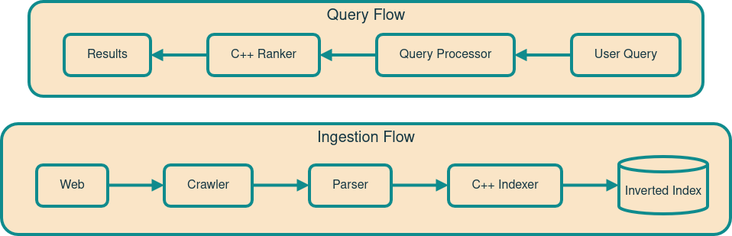
Earlier version of the draw.io export docs/diagrams/dfd.png (schak04/septcrawler). Source tidied: cells renumbered, new cells last; positions are measured from the earlier drawing's top-left corner, leaving out a move shared by most shapes.
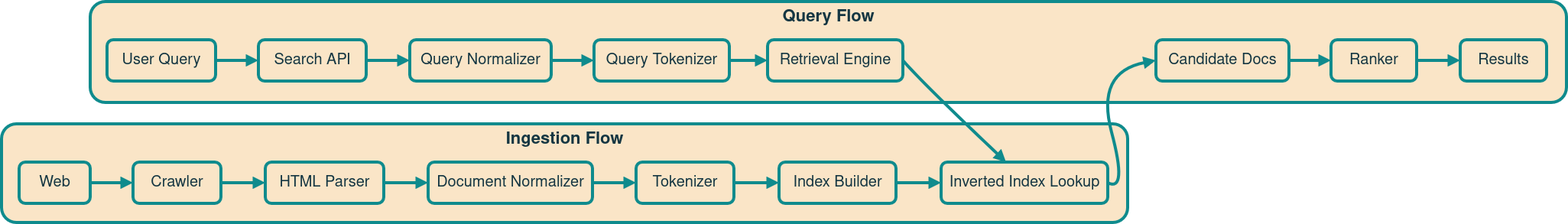
The same diagram one commit later.

Commit message:
docs: improve data flow diagram

What changed in the source:
```diff
@@ -2,59 +2,107 @@
   <root>
     <mxCell id="0" />
     <mxCell id="1" parent="0" />
-    <mxCell id="2" value="Query Flow" style="whiteSpace=wrap;strokeWidth=4;verticalAlign=top;fillColor=#FAE5C7;strokeColor=light-dark(#0F8B8D,#33FFFF);fontSize=20;rounded=1;labelBackgroundColor=none;fontColor=#143642;fontFamily=Helvetica;" parent="1" vertex="1">
-      <mxGeometry x="36" width="882" height="124" as="geometry" />
+    <mxCell id="2" value="Query Flow" style="whiteSpace=wrap;strokeWidth=4;fillColor=#FAE5C7;strokeColor=light-dark(#0F8B8D,#33FFFF);fontColor=#143642;labelBackgroundColor=none;rounded=1;fontSize=22;verticalAlign=top;fontStyle=1;" parent="1" vertex="1">
+      <mxGeometry x="-2112" y="1173" width="1931" height="132" as="geometry" />
     </mxCell>
-    <mxCell id="3" value="User Query" style="whiteSpace=wrap;strokeWidth=4;fillColor=#FAE5C7;strokeColor=light-dark(#0F8B8D,#33FFFF);fontSize=16;rounded=1;labelBackgroundColor=none;fontColor=#143642;fontFamily=Helvetica;" parent="2" vertex="1">
-      <mxGeometry x="710" y="43" width="142" height="54" as="geometry" />
-    </mxCell>
-    <mxCell id="4" value="Query Processor" style="whiteSpace=wrap;strokeWidth=4;fillColor=#FAE5C7;strokeColor=light-dark(#0F8B8D,#33FFFF);fontSize=16;rounded=1;labelBackgroundColor=none;fontColor=#143642;fontFamily=Helvetica;" parent="2" vertex="1">
-      <mxGeometry x="455" y="43" width="180" height="54" as="geometry" />
-    </mxCell>
-    <mxCell id="5" value="C++ Ranker" style="whiteSpace=wrap;strokeWidth=4;fillColor=#FAE5C7;strokeColor=light-dark(#0F8B8D,#33FFFF);fontSize=16;rounded=1;labelBackgroundColor=none;fontColor=#143642;fontFamily=Helvetica;" parent="2" vertex="1">
-      <mxGeometry x="234" y="43" width="146" height="54" as="geometry" />
-    </mxCell>
-    <mxCell id="6" value="Results" style="whiteSpace=wrap;strokeWidth=4;fillColor=#FAE5C7;strokeColor=light-dark(#0F8B8D,#33FFFF);fontSize=16;rounded=1;labelBackgroundColor=none;fontColor=#143642;fontFamily=Helvetica;" parent="2" vertex="1">
-      <mxGeometry x="46" y="43" width="113" height="54" as="geometry" />
-    </mxCell>
-    <mxCell id="7" style="curved=1;startArrow=none;endArrow=block;exitX=0;exitY=0.5;entryX=1;entryY=0.5;rounded=1;fontSize=16;fillColor=#FAE5C7;strokeColor=light-dark(#0F8B8D,#33FFFF);strokeWidth=4;labelBackgroundColor=none;fontColor=default;fontFamily=Helvetica;" parent="2" edge="1" source="3" target="4">
-      <mxGeometry relative="1" as="geometry" />
-    </mxCell>
-    <mxCell id="8" style="curved=1;startArrow=none;endArrow=block;exitX=0;exitY=0.5;entryX=1;entryY=0.5;rounded=1;fontSize=16;fillColor=#FAE5C7;strokeColor=light-dark(#0F8B8D,#33FFFF);strokeWidth=4;labelBackgroundColor=none;fontColor=default;fontFamily=Helvetica;" parent="2" edge="1" source="4" target="5">
-      <mxGeometry relative="1" as="geometry" />
-    </mxCell>
-    <mxCell id="9" style="curved=1;startArrow=none;endArrow=block;exitX=0;exitY=0.5;entryX=1;entryY=0.5;rounded=1;fontSize=16;fillColor=#FAE5C7;strokeColor=light-dark(#0F8B8D,#33FFFF);strokeWidth=4;labelBackgroundColor=none;fontColor=default;fontFamily=Helvetica;" parent="2" edge="1" source="5" target="6">
-      <mxGeometry relative="1" as="geometry" />
-    </mxCell>
-    <mxCell id="10" value="Ingestion Flow" style="whiteSpace=wrap;strokeWidth=4;verticalAlign=top;fillColor=#FAE5C7;strokeColor=light-dark(#0F8B8D,#33FFFF);fontSize=20;rounded=1;labelBackgroundColor=none;fontColor=#143642;fontFamily=Helvetica;" parent="1" vertex="1">
-      <mxGeometry y="160" width="954" height="145" as="geometry" />
+    <mxCell id="10" value="Ingestion Flow" style="whiteSpace=wrap;strokeWidth=4;fillColor=#FAE5C7;strokeColor=light-dark(#0F8B8D,#33FFFF);fontColor=#143642;labelBackgroundColor=none;rounded=1;fontSize=22;verticalAlign=top;fontStyle=1;" parent="1" vertex="1">
+      <mxGeometry x="-2228" y="1333" width="1473" height="129" as="geometry" />
     </mxCell>
-    <mxCell id="11" value="Web" style="whiteSpace=wrap;strokeWidth=4;fillColor=#FAE5C7;strokeColor=light-dark(#0F8B8D,#33FFFF);fontSize=16;rounded=1;labelBackgroundColor=none;fontColor=#143642;fontFamily=Helvetica;" parent="10" vertex="1">
-      <mxGeometry x="46" y="54" width="93" height="54" as="geometry" />
+    <mxCell id="11" value="Web" style="whiteSpace=wrap;strokeWidth=4;fillColor=#FAE5C7;strokeColor=light-dark(#0F8B8D,#33FFFF);fontColor=#143642;labelBackgroundColor=none;rounded=1;fontSize=20;" parent="1" vertex="1">
+      <mxGeometry x="-2205" y="1383" width="93" height="54" as="geometry" />
     </mxCell>
-    <mxCell id="12" value="Crawler" style="whiteSpace=wrap;strokeWidth=4;fillColor=#FAE5C7;strokeColor=light-dark(#0F8B8D,#33FFFF);fontSize=16;rounded=1;labelBackgroundColor=none;fontColor=#143642;fontFamily=Helvetica;" parent="10" vertex="1">
-      <mxGeometry x="213" y="54" width="115" height="54" as="geometry" />
+    <mxCell id="12" value="Crawler" style="whiteSpace=wrap;strokeWidth=4;fillColor=#FAE5C7;strokeColor=light-dark(#0F8B8D,#33FFFF);fontColor=#143642;labelBackgroundColor=none;rounded=1;fontSize=20;" parent="1" vertex="1">
+      <mxGeometry x="-2056" y="1383" width="115" height="54" as="geometry" />
     </mxCell>
-    <mxCell id="13" value="Parser" style="whiteSpace=wrap;strokeWidth=4;fillColor=#FAE5C7;strokeColor=light-dark(#0F8B8D,#33FFFF);fontSize=16;rounded=1;labelBackgroundColor=none;fontColor=#143642;fontFamily=Helvetica;" parent="10" vertex="1">
-      <mxGeometry x="403" y="54" width="107" height="54" as="geometry" />
-    </mxCell>
-    <mxCell id="14" value="C++ Indexer" style="whiteSpace=wrap;strokeWidth=4;fillColor=#FAE5C7;strokeColor=light-dark(#0F8B8D,#33FFFF);fontSize=16;rounded=1;labelBackgroundColor=none;fontColor=#143642;fontFamily=Helvetica;" parent="10" vertex="1">
-      <mxGeometry x="585" y="54" width="148" height="54" as="geometry" />
-    </mxCell>
-    <mxCell id="15" value="Inverted Index" style="shape=cylinder3;boundedLbl=1;backgroundOutline=1;size=10;strokeWidth=4;whiteSpace=wrap;fillColor=#FAE5C7;strokeColor=light-dark(#0F8B8D,#33FFFF);fontSize=16;rounded=1;labelBackgroundColor=none;fontColor=#143642;fontFamily=Helvetica;" parent="10" vertex="1">
-      <mxGeometry x="808" y="43" width="116" height="75" as="geometry" />
-    </mxCell>
+    <mxCell id="20" value="HTML Parser" style="whiteSpace=wrap;strokeWidth=4;fillColor=#FAE5C7;strokeColor=light-dark(#0F8B8D,#33FFFF);fontColor=#143642;labelBackgroundColor=none;rounded=1;fontSize=20;" parent="1" vertex="1">
+      <mxGeometry x="-1883" y="1383" width="155" height="54" as="geometry" />
+    </mxCell>
+    <mxCell id="21" value="Document Normalizer" style="whiteSpace=wrap;strokeWidth=4;fillColor=#FAE5C7;strokeColor=light-dark(#0F8B8D,#33FFFF);fontColor=#143642;labelBackgroundColor=none;rounded=1;fontSize=20;" parent="1" vertex="1">
+      <mxGeometry x="-1670" y="1383" width="215" height="54" as="geometry" />
+    </mxCell>
+    <mxCell id="22" value="Tokenizer" style="whiteSpace=wrap;strokeWidth=4;fillColor=#FAE5C7;strokeColor=light-dark(#0F8B8D,#33FFFF);fontColor=#143642;labelBackgroundColor=none;rounded=1;fontSize=20;" parent="1" vertex="1">
+      <mxGeometry x="-1398" y="1383" width="128" height="54" as="geometry" />
+    </mxCell>
+    <mxCell id="23" value="Index Builder" style="whiteSpace=wrap;strokeWidth=4;fillColor=#FAE5C7;strokeColor=light-dark(#0F8B8D,#33FFFF);fontColor=#143642;labelBackgroundColor=none;rounded=1;fontSize=20;" parent="1" vertex="1">
+      <mxGeometry x="-1211" y="1383" width="153" height="54" as="geometry" />
+    </mxCell>
+    <mxCell id="24" value="Inverted Index Lookup" style="whiteSpace=wrap;strokeWidth=4;fillColor=#FAE5C7;strokeColor=light-dark(#0F8B8D,#33FFFF);fontColor=#143642;labelBackgroundColor=none;rounded=1;fontSize=20;" parent="1" vertex="1">
+      <mxGeometry x="-999" y="1383" width="218" height="54" as="geometry" />
+    </mxCell>
+    <mxCell id="3" value="User Query" style="whiteSpace=wrap;strokeWidth=4;fillColor=#FAE5C7;strokeColor=light-dark(#0F8B8D,#33FFFF);fontColor=#143642;labelBackgroundColor=none;rounded=1;fontSize=20;" parent="1" vertex="1">
+      <mxGeometry x="-2090" y="1223" width="142" height="54" as="geometry" />
+    </mxCell>
+    <mxCell id="25" value="Search API" style="whiteSpace=wrap;strokeWidth=4;fillColor=#FAE5C7;strokeColor=light-dark(#0F8B8D,#33FFFF);fontColor=#143642;labelBackgroundColor=none;rounded=1;fontSize=20;" parent="1" vertex="1">
+      <mxGeometry x="-1892" y="1223" width="141" height="54" as="geometry" />
+    </mxCell>
+    <mxCell id="26" value="Query Normalizer" style="whiteSpace=wrap;strokeWidth=4;fillColor=#FAE5C7;strokeColor=light-dark(#0F8B8D,#33FFFF);fontColor=#143642;labelBackgroundColor=none;rounded=1;fontSize=20;" parent="1" vertex="1">
+      <mxGeometry x="-1694" y="1223" width="185" height="54" as="geometry" />
+    </mxCell>
+    <mxCell id="27" value="Query Tokenizer" style="whiteSpace=wrap;strokeWidth=4;fillColor=#FAE5C7;strokeColor=light-dark(#0F8B8D,#33FFFF);fontColor=#143642;labelBackgroundColor=none;rounded=1;fontSize=20;" parent="1" vertex="1">
+      <mxGeometry x="-1453" y="1223" width="177" height="54" as="geometry" />
+    </mxCell>
+    <mxCell id="28" value="Retrieval Engine" style="whiteSpace=wrap;strokeWidth=4;fillColor=#FAE5C7;strokeColor=light-dark(#0F8B8D,#33FFFF);fontColor=#143642;labelBackgroundColor=none;rounded=1;fontSize=20;" parent="1" vertex="1">
+      <mxGeometry x="-1226" y="1223" width="177" height="54" as="geometry" />
+    </mxCell>
+    <mxCell id="29" value="Candidate Docs" style="whiteSpace=wrap;strokeWidth=4;fillColor=#FAE5C7;strokeColor=light-dark(#0F8B8D,#33FFFF);fontColor=#143642;labelBackgroundColor=none;rounded=1;fontSize=20;" parent="1" vertex="1">
+      <mxGeometry x="-718" y="1223" width="174" height="54" as="geometry" />
+    </mxCell>
+    <mxCell id="30" value="Ranker" style="whiteSpace=wrap;strokeWidth=4;fillColor=#FAE5C7;strokeColor=light-dark(#0F8B8D,#33FFFF);fontColor=#143642;labelBackgroundColor=none;rounded=1;fontSize=20;" parent="1" vertex="1">
+      <mxGeometry x="-489" y="1223" width="112" height="54" as="geometry" />
+    </mxCell>
+    <mxCell id="6" value="Results" style="whiteSpace=wrap;strokeWidth=4;fillColor=#FAE5C7;strokeColor=light-dark(#0F8B8D,#33FFFF);fontColor=#143642;labelBackgroundColor=none;rounded=1;fontSize=20;" parent="1" vertex="1">
+      <mxGeometry x="-320" y="1223" width="113" height="54" as="geometry" />
+    </mxCell>
-    <mxCell id="16" style="curved=1;startArrow=none;endArrow=block;exitX=0.99;exitY=0.49;entryX=0;entryY=0.49;rounded=1;fontSize=16;fillColor=#FAE5C7;strokeColor=light-dark(#0F8B8D,#33FFFF);strokeWidth=4;labelBackgroundColor=none;fontColor=default;fontFamily=Helvetica;" parent="10" edge="1" source="11" target="12">
+    <mxCell id="16" style="curved=1;startArrow=none;endArrow=block;exitX=1;exitY=0.5;entryX=0;entryY=0.5;rounded=1;labelBackgroundColor=none;strokeColor=light-dark(#0F8B8D,#33FFFF);fontColor=default;strokeWidth=4;fontSize=20;" parent="1" edge="1" source="11" target="12">
       <mxGeometry relative="1" as="geometry" />
     </mxCell>
-    <mxCell id="17" style="curved=1;startArrow=none;endArrow=block;exitX=1;exitY=0.49;entryX=0;entryY=0.49;rounded=1;fontSize=16;fillColor=#FAE5C7;strokeColor=light-dark(#0F8B8D,#33FFFF);strokeWidth=4;labelBackgroundColor=none;fontColor=default;fontFamily=Helvetica;" parent="10" edge="1" source="12" target="13">
-      <mxGeometry relative="1" as="geometry" />
-    </mxCell>
-    <mxCell id="18" style="curved=1;startArrow=none;endArrow=block;exitX=1;exitY=0.49;entryX=0;entryY=0.49;rounded=1;fontSize=16;fillColor=#FAE5C7;strokeColor=light-dark(#0F8B8D,#33FFFF);strokeWidth=4;labelBackgroundColor=none;fontColor=default;fontFamily=Helvetica;" parent="10" edge="1" source="13" target="14">
-      <mxGeometry relative="1" as="geometry" />
-    </mxCell>
-    <mxCell id="19" style="curved=1;startArrow=none;endArrow=block;exitX=1;exitY=0.49;entryX=0;entryY=0.5;rounded=1;fontSize=16;fillColor=#FAE5C7;strokeColor=light-dark(#0F8B8D,#33FFFF);strokeWidth=4;labelBackgroundColor=none;fontColor=default;fontFamily=Helvetica;" parent="10" edge="1" source="14" target="15">
-      <mxGeometry relative="1" as="geometry" />
-    </mxCell>
+    <mxCell id="31" style="curved=1;startArrow=none;endArrow=block;exitX=1;exitY=0.5;entryX=0;entryY=0.5;rounded=1;labelBackgroundColor=none;strokeColor=light-dark(#0F8B8D,#33FFFF);fontColor=default;strokeWidth=4;fontSize=20;" parent="1" edge="1" source="12" target="20">
+      <mxGeometry relative="1" as="geometry" />
+    </mxCell>
+    <mxCell id="32" style="curved=1;startArrow=none;endArrow=block;exitX=1;exitY=0.5;entryX=0;entryY=0.5;rounded=1;labelBackgroundColor=none;strokeColor=light-dark(#0F8B8D,#33FFFF);fontColor=default;strokeWidth=4;fontSize=20;" parent="1" edge="1" source="20" target="21">
+      <mxGeometry relative="1" as="geometry" />
+    </mxCell>
+    <mxCell id="33" style="curved=1;startArrow=none;endArrow=block;exitX=1;exitY=0.5;entryX=0;entryY=0.5;rounded=1;labelBackgroundColor=none;strokeColor=light-dark(#0F8B8D,#33FFFF);fontColor=default;strokeWidth=4;fontSize=20;" parent="1" edge="1" source="21" target="22">
+      <mxGeometry relative="1" as="geometry" />
+    </mxCell>
+    <mxCell id="34" style="curved=1;startArrow=none;endArrow=block;exitX=1.01;exitY=0.5;entryX=0;entryY=0.5;rounded=1;labelBackgroundColor=none;strokeColor=light-dark(#0F8B8D,#33FFFF);fontColor=default;strokeWidth=4;fontSize=20;" parent="1" edge="1" source="22" target="23">
+      <mxGeometry relative="1" as="geometry" />
+    </mxCell>
+    <mxCell id="35" style="curved=1;startArrow=none;endArrow=block;exitX=1;exitY=0.5;entryX=0;entryY=0.5;rounded=1;labelBackgroundColor=none;strokeColor=light-dark(#0F8B8D,#33FFFF);fontColor=default;strokeWidth=4;fontSize=20;" parent="1" edge="1" source="23" target="24">
+      <mxGeometry relative="1" as="geometry" />
+    </mxCell>
+    <mxCell id="36" style="curved=1;startArrow=none;endArrow=block;exitX=1;exitY=0.5;entryX=0;entryY=0.5;rounded=1;labelBackgroundColor=none;strokeColor=light-dark(#0F8B8D,#33FFFF);fontColor=default;strokeWidth=4;fontSize=20;" parent="1" edge="1" source="3" target="25">
+      <mxGeometry relative="1" as="geometry" />
+    </mxCell>
+    <mxCell id="37" style="curved=1;startArrow=none;endArrow=block;exitX=1;exitY=0.5;entryX=0;entryY=0.5;rounded=1;labelBackgroundColor=none;strokeColor=light-dark(#0F8B8D,#33FFFF);fontColor=default;strokeWidth=4;fontSize=20;" parent="1" edge="1" source="25" target="26">
+      <mxGeometry relative="1" as="geometry" />
+    </mxCell>
+    <mxCell id="38" style="curved=1;startArrow=none;endArrow=block;exitX=1;exitY=0.5;entryX=0;entryY=0.5;rounded=1;labelBackgroundColor=none;strokeColor=light-dark(#0F8B8D,#33FFFF);fontColor=default;strokeWidth=4;fontSize=20;" parent="1" edge="1" source="26" target="27">
+      <mxGeometry relative="1" as="geometry" />
+    </mxCell>
+    <mxCell id="39" style="curved=1;startArrow=none;endArrow=block;exitX=1;exitY=0.5;entryX=0;entryY=0.5;rounded=1;labelBackgroundColor=none;strokeColor=light-dark(#0F8B8D,#33FFFF);fontColor=default;strokeWidth=4;fontSize=20;" parent="1" edge="1" source="27" target="28">
+      <mxGeometry relative="1" as="geometry" />
+    </mxCell>
+    <mxCell id="40" style="curved=1;startArrow=none;endArrow=block;exitX=1;exitY=0.5;entryX=0.39;entryY=0;rounded=1;labelBackgroundColor=none;strokeColor=light-dark(#0F8B8D,#33FFFF);fontColor=default;strokeWidth=4;fontSize=20;" parent="1" edge="1" source="28" target="24">
+      <mxGeometry relative="1" as="geometry">
+        <Array as="points">
+          <mxPoint x="-1024" y="1279" />
+        </Array>
+      </mxGeometry>
+    </mxCell>
+    <mxCell id="41" style="curved=1;startArrow=none;endArrow=block;exitX=1;exitY=0.5;entryX=0;entryY=0.5;rounded=1;labelBackgroundColor=none;strokeColor=light-dark(#0F8B8D,#33FFFF);fontColor=default;strokeWidth=4;fontSize=20;" parent="1" edge="1" source="24" target="29">
+      <mxGeometry relative="1" as="geometry">
+        <Array as="points">
+          <mxPoint x="-755" y="1423" />
+          <mxPoint x="-797" y="1265" />
+        </Array>
+      </mxGeometry>
+    </mxCell>
+    <mxCell id="42" style="curved=1;startArrow=none;endArrow=block;exitX=1;exitY=0.5;entryX=0;entryY=0.5;rounded=1;labelBackgroundColor=none;strokeColor=light-dark(#0F8B8D,#33FFFF);fontColor=default;strokeWidth=4;fontSize=20;" parent="1" edge="1" source="29" target="30">
+      <mxGeometry relative="1" as="geometry" />
+    </mxCell>
+    <mxCell id="43" style="curved=1;startArrow=none;endArrow=block;exitX=1;exitY=0.5;entryX=0;entryY=0.5;rounded=1;labelBackgroundColor=none;strokeColor=light-dark(#0F8B8D,#33FFFF);fontColor=default;strokeWidth=4;fontSize=20;" parent="1" edge="1" source="30" target="6">
+      <mxGeometry relative="1" as="geometry" />
+    </mxCell>
   </root>
 </mxGraphModel>
```
